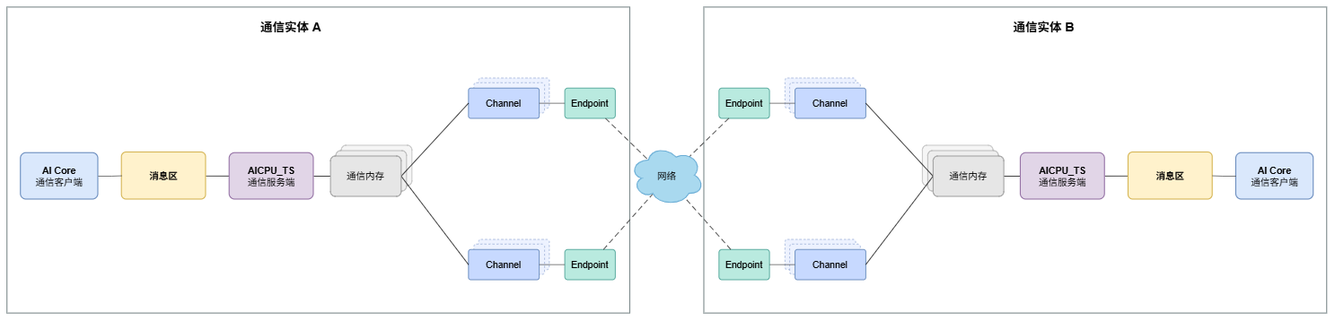
Before: docs/zh/Programming-Model/figures/aicpu_proxy_communication_model.png, a diagram exported from draw.io (Atlas-Ascend-Fork/asc-comm). Source tidied: cells renumbered, new cells last; positions are measured from the earlier drawing's top-left corner, leaving out a move shared by most shapes.
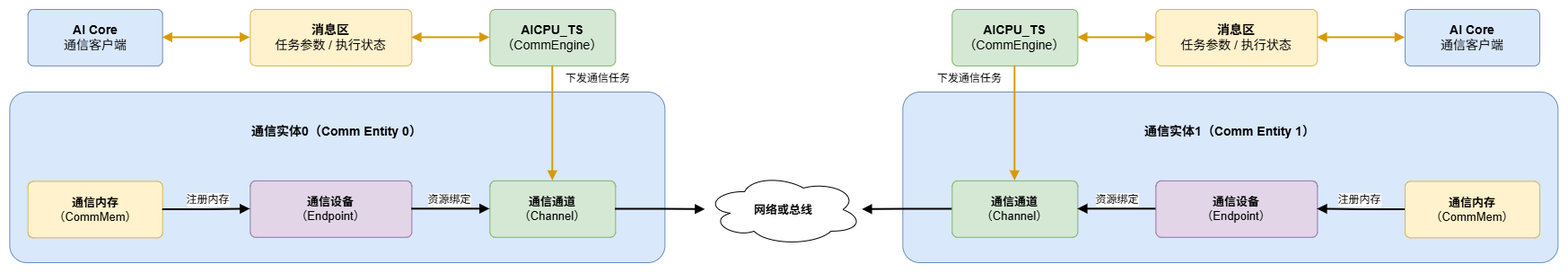
The same file after the commit.

What changed in the source:
```diff
@@ -1,163 +1,99 @@
-<mxGraphModel background="light-dark(#FFFFFF,#121212)">
+<mxGraphModel>
   <root>
     <mxCell id="0" />
     <mxCell id="1" parent="0" />
-    <mxCell id="2" style="rounded=0;whiteSpace=wrap;html=1;fillColor=#ffffff;strokeColor=#7f8c8d;strokeWidth=1.5;" parent="1" vertex="1">
-      <mxGeometry width="925" height="455" as="geometry" />
-    </mxCell>
-    <mxCell id="3" value="&lt;b&gt;通信实体 A&lt;/b&gt;" style="text;html=1;align=center;verticalAlign=middle;fontSize=18;" parent="1" vertex="1">
-      <mxGeometry x="346" y="15" width="150" height="30" as="geometry" />
-    </mxCell>
-    <mxCell id="4" value="&lt;b&gt;AI Core&lt;/b&gt;&lt;br&gt;通信客户端" style="rounded=1;arcSize=12;whiteSpace=wrap;html=1;fillColor=#dae8fc;strokeColor=#6c8ebf;strokeWidth=1.5;fontSize=14;" parent="1" vertex="1">
-      <mxGeometry x="20" y="216.5" width="115" height="69" as="geometry" />
-    </mxCell>
-    <mxCell id="5" style="edgeStyle=none;rounded=0;jettySize=auto;html=1;endArrow=none;endFill=0;" parent="1" edge="1" source="6" target="8">
-      <mxGeometry relative="1" as="geometry" />
-    </mxCell>
-    <mxCell id="6" value="&lt;b&gt;消息区&lt;/b&gt;" style="rounded=1;arcSize=10;whiteSpace=wrap;html=1;fillColor=#fff2cc;strokeColor=#d6b656;strokeWidth=1.5;fontSize=14;" parent="1" vertex="1">
-      <mxGeometry x="170" y="215.5" width="125" height="70" as="geometry" />
-    </mxCell>
-    <mxCell id="7" style="edgeStyle=none;rounded=0;jettySize=auto;html=1;exitX=1;exitY=0.5;exitDx=0;exitDy=0;endArrow=none;endFill=0;" parent="1" edge="1" source="8">
-      <mxGeometry relative="1" as="geometry">
-        <mxPoint x="480" y="251" as="targetPoint" />
-      </mxGeometry>
-    </mxCell>
-    <mxCell id="8" value="&lt;b&gt;AICPU_TS&lt;/b&gt;&lt;br&gt;通信服务端" style="rounded=1;arcSize=12;whiteSpace=wrap;html=1;fillColor=#e1d5e7;strokeColor=#9673a6;strokeWidth=1.5;fontSize=14;" parent="1" vertex="1">
-      <mxGeometry x="330" y="216.5" width="125" height="69" as="geometry" />
-    </mxCell>
-    <mxCell id="9" style="rounded=1;arcSize=8;whiteSpace=wrap;html=1;fillColor=#edf2ff;strokeColor=#9aaed6;dashed=1;" parent="1" vertex="1">
-      <mxGeometry x="700" y="105" width="105" height="45" as="geometry" />
-    </mxCell>
-    <mxCell id="10" style="rounded=1;arcSize=8;whiteSpace=wrap;html=1;fillColor=#edf2ff;strokeColor=#9aaed6;dashed=1;" parent="1" vertex="1">
-      <mxGeometry x="693" y="112" width="105" height="45" as="geometry" />
-    </mxCell>
-    <mxCell id="11" value="Channel" style="rounded=1;arcSize=8;whiteSpace=wrap;html=1;fillColor=#c7d9ff;strokeColor=#6c8ebf;strokeWidth=1.3;fontSize=14;" parent="1" vertex="1">
-      <mxGeometry x="685" y="120" width="105" height="45" as="geometry" />
-    </mxCell>
-    <mxCell id="12" value="Endpoint" style="rounded=1;arcSize=10;whiteSpace=wrap;html=1;fillColor=#b9eadf;strokeColor=#56a99d;strokeWidth=1.3;fontSize=14;" parent="1" vertex="1">
-      <mxGeometry x="828" y="120" width="75" height="45" as="geometry" />
-    </mxCell>
-    <mxCell id="13" style="rounded=1;arcSize=8;whiteSpace=wrap;html=1;fillColor=#edf2ff;strokeColor=#9aaed6;dashed=1;" parent="1" vertex="1">
-      <mxGeometry x="700" y="345" width="105" height="45" as="geometry" />
-    </mxCell>
-    <mxCell id="14" style="rounded=1;arcSize=8;whiteSpace=wrap;html=1;fillColor=#edf2ff;strokeColor=#9aaed6;dashed=1;" parent="1" vertex="1">
-      <mxGeometry x="693" y="352" width="105" height="45" as="geometry" />
-    </mxCell>
-    <mxCell id="15" value="Channel" style="rounded=1;arcSize=8;whiteSpace=wrap;html=1;fillColor=#c7d9ff;strokeColor=#6c8ebf;strokeWidth=1.3;fontSize=14;" parent="1" vertex="1">
-      <mxGeometry x="685" y="360" width="105" height="45" as="geometry" />
-    </mxCell>
-    <mxCell id="16" value="Endpoint" style="rounded=1;arcSize=10;whiteSpace=wrap;html=1;fillColor=#b9eadf;strokeColor=#56a99d;strokeWidth=1.3;fontSize=14;" parent="1" vertex="1">
-      <mxGeometry x="828" y="360" width="75" height="45" as="geometry" />
-    </mxCell>
-    <mxCell id="17" style="rounded=1;arcSize=12;whiteSpace=wrap;html=1;fillColor=#f5f5f5;strokeColor=#b3b3b3;" parent="1" vertex="1">
-      <mxGeometry x="496" y="205" width="105" height="60" as="geometry" />
-    </mxCell>
-    <mxCell id="18" style="rounded=1;arcSize=12;whiteSpace=wrap;html=1;fillColor=#eeeeee;strokeColor=#a6a6a6;" parent="1" vertex="1">
-      <mxGeometry x="488" y="213" width="105" height="60" as="geometry" />
-    </mxCell>
-    <mxCell id="19" style="rounded=0;jettySize=auto;html=1;exitX=1;exitY=0.5;exitDx=0;exitDy=0;entryX=0;entryY=0.5;entryDx=0;entryDy=0;endArrow=none;endFill=0;" parent="1" edge="1" source="21" target="11">
-      <mxGeometry relative="1" as="geometry" />
-    </mxCell>
-    <mxCell id="20" style="edgeStyle=none;rounded=0;jettySize=auto;html=1;exitX=1;exitY=0.5;exitDx=0;exitDy=0;entryX=0;entryY=0.5;entryDx=0;entryDy=0;endArrow=none;endFill=0;" parent="1" edge="1" source="21" target="15">
-      <mxGeometry relative="1" as="geometry" />
-    </mxCell>
-    <mxCell id="21" value="通信内存" style="rounded=1;arcSize=12;whiteSpace=wrap;html=1;fillColor=#e6e6e6;strokeColor=#999999;strokeWidth=1.3;fontSize=14;" parent="1" vertex="1">
-      <mxGeometry x="480" y="221" width="105" height="60" as="geometry" />
-    </mxCell>
-    <mxCell id="22" style="edgeStyle=orthogonalEdgeStyle;rounded=0;jettySize=auto;html=1;endArrow=none;endFill=0;strokeColor=#4d4d4d;fontSize=12;" parent="1" edge="1" source="4" target="6">
-      <mxGeometry x="-0.05" y="-19" relative="1" as="geometry" />
-    </mxCell>
-    <mxCell id="23" style="edgeStyle=orthogonalEdgeStyle;rounded=0;html=1;endArrow=none;strokeColor=#4d4d4d;" parent="1" edge="1" source="11" target="12">
-      <mxGeometry relative="1" as="geometry" />
-    </mxCell>
-    <mxCell id="24" style="edgeStyle=orthogonalEdgeStyle;rounded=0;html=1;endArrow=none;strokeColor=#4d4d4d;" parent="1" edge="1" source="15" target="16">
-      <mxGeometry relative="1" as="geometry" />
-    </mxCell>
-    <mxCell id="25" style="edgeStyle=none;rounded=0;html=1;endArrow=none;dashed=1;dashPattern=6 4;strokeColor=#4d4d4d;strokeWidth=1.3;entryX=0.25;entryY=0.25;entryDx=0;entryDy=0;entryPerimeter=0;" parent="1" edge="1" source="12" target="52">
-      <mxGeometry relative="1" as="geometry" />
-    </mxCell>
-    <mxCell id="26" style="edgeStyle=none;rounded=0;html=1;endArrow=none;dashed=1;dashPattern=6 4;strokeColor=#4d4d4d;strokeWidth=1.3;entryX=0.31;entryY=0.8;entryDx=0;entryDy=0;entryPerimeter=0;" parent="1" edge="1" source="16" target="52">
-      <mxGeometry relative="1" as="geometry" />
-    </mxCell>
-    <mxCell id="27" style="rounded=0;whiteSpace=wrap;html=1;fillColor=#ffffff;strokeColor=#7f8c8d;strokeWidth=1.5;" parent="1" vertex="1">
-      <mxGeometry x="1035" width="925" height="455" as="geometry" />
-    </mxCell>
-    <mxCell id="28" value="&lt;b&gt;通信实体 B&lt;/b&gt;" style="text;html=1;align=center;verticalAlign=middle;fontSize=18;" parent="1" vertex="1">
-      <mxGeometry x="1464" y="15" width="150" height="30" as="geometry" />
-    </mxCell>
-    <mxCell id="29" value="&lt;b&gt;AI Core&lt;/b&gt;&lt;br&gt;通信客户端" style="rounded=1;arcSize=12;whiteSpace=wrap;html=1;fillColor=#dae8fc;strokeColor=#6c8ebf;strokeWidth=1.5;fontSize=14;" parent="1" vertex="1">
-      <mxGeometry x="1825" y="216.5" width="115" height="69" as="geometry" />
-    </mxCell>
-    <mxCell id="30" style="edgeStyle=none;rounded=0;jettySize=auto;html=1;endArrow=none;endFill=0;" parent="1" edge="1" source="31" target="33">
-      <mxGeometry relative="1" as="geometry" />
-    </mxCell>
-    <mxCell id="31" value="&lt;b&gt;消息区&lt;/b&gt;" style="rounded=1;arcSize=10;whiteSpace=wrap;html=1;fillColor=#fff2cc;strokeColor=#d6b656;strokeWidth=1.5;fontSize=14;" parent="1" vertex="1">
-      <mxGeometry x="1665" y="215.5" width="125" height="70" as="geometry" />
-    </mxCell>
-    <mxCell id="32" style="edgeStyle=none;rounded=0;jettySize=auto;html=1;exitX=0;exitY=0.5;exitDx=0;exitDy=0;endArrow=none;endFill=0;" parent="1" edge="1" source="33">
-      <mxGeometry relative="1" as="geometry">
-        <mxPoint x="1480" y="251" as="targetPoint" />
-      </mxGeometry>
-    </mxCell>
-    <mxCell id="33" value="&lt;b&gt;AICPU_TS&lt;/b&gt;&lt;br&gt;通信服务端" style="rounded=1;arcSize=12;whiteSpace=wrap;html=1;fillColor=#e1d5e7;strokeColor=#9673a6;strokeWidth=1.5;fontSize=14;" parent="1" vertex="1">
-      <mxGeometry x="1505" y="216.5" width="125" height="69" as="geometry" />
-    </mxCell>
-    <mxCell id="34" style="rounded=1;arcSize=8;whiteSpace=wrap;html=1;fillColor=#edf2ff;strokeColor=#9aaed6;dashed=1;" parent="1" vertex="1">
-      <mxGeometry x="1155" y="105" width="105" height="45" as="geometry" />
-    </mxCell>
-    <mxCell id="35" style="rounded=1;arcSize=8;whiteSpace=wrap;html=1;fillColor=#edf2ff;strokeColor=#9aaed6;dashed=1;" parent="1" vertex="1">
-      <mxGeometry x="1162" y="112" width="105" height="45" as="geometry" />
-    </mxCell>
-    <mxCell id="36" value="Channel" style="rounded=1;arcSize=8;whiteSpace=wrap;html=1;fillColor=#c7d9ff;strokeColor=#6c8ebf;strokeWidth=1.3;fontSize=14;" parent="1" vertex="1">
-      <mxGeometry x="1170" y="120" width="105" height="45" as="geometry" />
-    </mxCell>
-    <mxCell id="37" value="Endpoint" style="rounded=1;arcSize=10;whiteSpace=wrap;html=1;fillColor=#b9eadf;strokeColor=#56a99d;strokeWidth=1.3;fontSize=14;" parent="1" vertex="1">
-      <mxGeometry x="1057" y="120" width="75" height="45" as="geometry" />
-    </mxCell>
-    <mxCell id="38" style="rounded=1;arcSize=8;whiteSpace=wrap;html=1;fillColor=#edf2ff;strokeColor=#9aaed6;dashed=1;" parent="1" vertex="1">
-      <mxGeometry x="1155" y="345" width="105" height="45" as="geometry" />
-    </mxCell>
-    <mxCell id="39" style="rounded=1;arcSize=8;whiteSpace=wrap;html=1;fillColor=#edf2ff;strokeColor=#9aaed6;dashed=1;" parent="1" vertex="1">
-      <mxGeometry x="1162" y="352" width="105" height="45" as="geometry" />
-    </mxCell>
-    <mxCell id="40" value="Channel" style="rounded=1;arcSize=8;whiteSpace=wrap;html=1;fillColor=#c7d9ff;strokeColor=#6c8ebf;strokeWidth=1.3;fontSize=14;" parent="1" vertex="1">
-      <mxGeometry x="1170" y="360" width="105" height="45" as="geometry" />
-    </mxCell>
-    <mxCell id="41" value="Endpoint" style="rounded=1;arcSize=10;whiteSpace=wrap;html=1;fillColor=#b9eadf;strokeColor=#56a99d;strokeWidth=1.3;fontSize=14;" parent="1" vertex="1">
-      <mxGeometry x="1057" y="360" width="75" height="45" as="geometry" />
-    </mxCell>
-    <mxCell id="42" style="rounded=1;arcSize=12;whiteSpace=wrap;html=1;fillColor=#f5f5f5;strokeColor=#b3b3b3;" parent="1" vertex="1">
-      <mxGeometry x="1359" y="205" width="105" height="60" as="geometry" />
-    </mxCell>
-    <mxCell id="43" style="rounded=1;arcSize=12;whiteSpace=wrap;html=1;fillColor=#eeeeee;strokeColor=#a6a6a6;" parent="1" vertex="1">
-      <mxGeometry x="1367" y="213" width="105" height="60" as="geometry" />
-    </mxCell>
-    <mxCell id="44" style="rounded=0;jettySize=auto;html=1;exitX=0;exitY=0.5;exitDx=0;exitDy=0;entryX=1;entryY=0.5;entryDx=0;entryDy=0;endArrow=none;endFill=0;" parent="1" edge="1" source="46" target="36">
-      <mxGeometry relative="1" as="geometry" />
-    </mxCell>
-    <mxCell id="45" style="edgeStyle=none;rounded=0;jettySize=auto;html=1;exitX=0;exitY=0.5;exitDx=0;exitDy=0;entryX=1;entryY=0.5;entryDx=0;entryDy=0;endArrow=none;endFill=0;" parent="1" edge="1" source="46" target="40">
-      <mxGeometry relative="1" as="geometry" />
-    </mxCell>
-    <mxCell id="46" value="通信内存" style="rounded=1;arcSize=12;whiteSpace=wrap;html=1;fillColor=#e6e6e6;strokeColor=#999999;strokeWidth=1.3;fontSize=14;" parent="1" vertex="1">
-      <mxGeometry x="1375" y="221" width="105" height="60" as="geometry" />
-    </mxCell>
-    <mxCell id="47" style="edgeStyle=orthogonalEdgeStyle;rounded=0;jettySize=auto;html=1;endArrow=none;endFill=0;strokeColor=#4d4d4d;fontSize=12;" parent="1" edge="1" source="29" target="31">
-      <mxGeometry x="-0.05" y="-19" relative="1" as="geometry" />
-    </mxCell>
-    <mxCell id="48" style="edgeStyle=orthogonalEdgeStyle;rounded=0;html=1;endArrow=none;strokeColor=#4d4d4d;" parent="1" edge="1" source="36" target="37">
-      <mxGeometry relative="1" as="geometry" />
-    </mxCell>
-    <mxCell id="49" style="edgeStyle=orthogonalEdgeStyle;rounded=0;html=1;endArrow=none;strokeColor=#4d4d4d;" parent="1" edge="1" source="40" target="41">
-      <mxGeometry relative="1" as="geometry" />
-    </mxCell>
-    <mxCell id="50" style="edgeStyle=none;rounded=0;html=1;endArrow=none;dashed=1;dashPattern=6 4;strokeColor=#4d4d4d;strokeWidth=1.3;entryX=0.75;entryY=0.25;entryDx=0;entryDy=0;entryPerimeter=0;" parent="1" edge="1" source="37" target="52">
-      <mxGeometry relative="1" as="geometry" />
-    </mxCell>
-    <mxCell id="51" style="edgeStyle=none;rounded=0;html=1;endArrow=none;dashed=1;dashPattern=6 4;strokeColor=#4d4d4d;strokeWidth=1.3;entryX=0.69;entryY=0.8;entryDx=0;entryDy=0;entryPerimeter=0;" parent="1" edge="1" source="41" target="52">
-      <mxGeometry relative="1" as="geometry" />
-    </mxCell>
-    <mxCell id="52" value="网络" style="shape=cloud;whiteSpace=wrap;html=1;fillColor=#a9d9ef;strokeColor=#6baed6;strokeWidth=1.5;fontSize=14;" parent="1" vertex="1">
-      <mxGeometry x="925" y="205" width="110" height="90" as="geometry" />
-    </mxCell>
+    <mxCell id="53" style="rounded=1;whiteSpace=wrap;html=1;fillColor=#dae8fc;strokeColor=#6c8ebf;arcSize=10;" parent="1" vertex="1">
+      <mxGeometry x="944.4" y="1666" width="730" height="190" as="geometry" />
+    </mxCell>
+    <mxCell id="54" value="通信实体0（Comm Entity 0）" style="text;html=1;strokeColor=none;fillColor=none;align=center;verticalAlign=middle;whiteSpace=wrap;rounded=0;fontSize=14;fontStyle=1;" parent="1" vertex="1">
+      <mxGeometry x="1189.4" y="1697.9" width="240" height="24" as="geometry" />
+    </mxCell>
+    <mxCell id="55" value="&lt;b&gt;AI Core&lt;/b&gt;&lt;br&gt;通信客户端" style="rounded=1;whiteSpace=wrap;html=1;fillColor=#dae8fc;strokeColor=#6c8ebf;arcSize=10;fontSize=14;" parent="1" vertex="1">
+      <mxGeometry x="964.7" y="1574" width="150" height="62.9" as="geometry" />
+    </mxCell>
+    <mxCell id="56" value="&lt;b&gt;消息区&lt;/b&gt;&lt;br&gt;任务参数 / 执行状态" style="rounded=1;whiteSpace=wrap;html=1;fillColor=#fff2cc;strokeColor=#d6b656;arcSize=10;fontSize=14;" parent="1" vertex="1">
+      <mxGeometry x="1212.4" y="1574" width="180" height="62.9" as="geometry" />
+    </mxCell>
+    <mxCell id="57" value="&lt;b&gt;AICPU_TS&lt;/b&gt;&lt;br&gt;（CommEngine）" style="rounded=1;whiteSpace=wrap;html=1;fillColor=#d5e8d4;strokeColor=#82b366;arcSize=10;fontSize=14;" parent="1" vertex="1">
+      <mxGeometry x="1479.4" y="1574" width="140" height="62.9" as="geometry" />
+    </mxCell>
+    <mxCell id="58" value="下发通信任务" style="text;html=1;strokeColor=none;fillColor=none;align=center;verticalAlign=middle;whiteSpace=wrap;rounded=0;fontSize=12;" parent="1" vertex="1">
+      <mxGeometry x="1554.7" y="1636" width="90" height="30" as="geometry" />
+    </mxCell>
+    <mxCell id="59" value="&lt;b&gt;通信内存&lt;/b&gt;&lt;br&gt;（CommMem）" style="rounded=1;whiteSpace=wrap;html=1;fillColor=#fff2cc;strokeColor=#d6b656;arcSize=10;fontSize=13;" parent="1" vertex="1">
+      <mxGeometry x="964.7" y="1765.4" width="150" height="62.9" as="geometry" />
+    </mxCell>
+    <mxCell id="60" value="&lt;b&gt;通信设备&lt;/b&gt;&lt;br&gt;（Endpoint）" style="rounded=1;whiteSpace=wrap;html=1;fillColor=#e1d5e7;strokeColor=#9673a6;arcSize=10;fontSize=13;" parent="1" vertex="1">
+      <mxGeometry x="1212.4" y="1764.9" width="180" height="62.9" as="geometry" />
+    </mxCell>
+    <mxCell id="61" value="&lt;b&gt;通信通道&lt;/b&gt;&lt;br&gt;（Channel）" style="rounded=1;whiteSpace=wrap;html=1;fillColor=#d5e8d4;strokeColor=#82b366;arcSize=10;fontSize=13;" parent="1" vertex="1">
+      <mxGeometry x="1479.4" y="1764.9" width="140" height="62.9" as="geometry" />
+    </mxCell>
+    <mxCell id="62" value="&lt;b&gt;网络或总线&lt;/b&gt;" style="shape=cloud;whiteSpace=wrap;html=1;fillColor=#ffffff;strokeColor=#000000;fontSize=13;" parent="1" vertex="1">
+      <mxGeometry x="1719.4" y="1756.9" width="175" height="80" as="geometry" />
+    </mxCell>
+    <mxCell id="63" style="edgeStyle=orthogonalEdgeStyle;rounded=0;jettySize=auto;html=1;strokeWidth=2;strokeColor=#d79b00;startArrow=block;startFill=1;endArrow=block;endFill=1;" parent="1" edge="1" source="55" target="56">
+      <mxGeometry relative="1" as="geometry" />
+    </mxCell>
+    <mxCell id="64" style="edgeStyle=orthogonalEdgeStyle;rounded=0;jettySize=auto;html=1;strokeWidth=2;strokeColor=#d79b00;startArrow=block;startFill=1;endArrow=block;endFill=1;" parent="1" edge="1" source="56" target="57">
+      <mxGeometry relative="1" as="geometry" />
+    </mxCell>
+    <mxCell id="65" style="edgeStyle=orthogonalEdgeStyle;rounded=0;jettySize=auto;html=1;strokeWidth=2;strokeColor=#d79b00;endArrow=block;endFill=1;entryX=0.5;entryY=0;entryDx=0;entryDy=0;" parent="1" edge="1" source="57" target="61">
+      <mxGeometry relative="1" as="geometry" />
+    </mxCell>
+    <mxCell id="66" value="注册内存" style="edgeStyle=orthogonalEdgeStyle;rounded=0;jettySize=auto;html=1;strokeWidth=2;strokeColor=#000000;endArrow=block;endFill=1;fontSize=12;labelBackgroundColor=#ffffff;" parent="1" edge="1" source="59" target="60">
+      <mxGeometry x="0.03" y="10" relative="1" as="geometry" />
+    </mxCell>
+    <mxCell id="67" value="资源绑定" style="edgeStyle=orthogonalEdgeStyle;rounded=0;jettySize=auto;html=1;strokeWidth=2;strokeColor=#000000;endArrow=block;endFill=1;fontSize=12;labelBackgroundColor=#ffffff;" parent="1" edge="1" source="60" target="61">
+      <mxGeometry x="-0.03" y="10" relative="1" as="geometry" />
+    </mxCell>
+    <mxCell id="68" style="edgeStyle=orthogonalEdgeStyle;rounded=0;jettySize=auto;html=1;strokeWidth=2;strokeColor=#000000;endArrow=block;endFill=1;fontSize=12;labelBackgroundColor=#ffffff;" parent="1" edge="1" source="61" target="62">
+      <mxGeometry relative="1" as="geometry" />
+    </mxCell>
+    <mxCell id="69" style="rounded=1;whiteSpace=wrap;html=1;fillColor=#dae8fc;strokeColor=#6c8ebf;arcSize=10;" parent="1" vertex="1">
+      <mxGeometry x="1939.4" y="1666" width="730" height="190" as="geometry" />
+    </mxCell>
+    <mxCell id="70" value="通信实体1（Comm Entity 1）" style="text;html=1;strokeColor=none;fillColor=none;align=center;verticalAlign=middle;whiteSpace=wrap;rounded=0;fontSize=14;fontStyle=1;" parent="1" vertex="1">
+      <mxGeometry x="2184.4" y="1697.9" width="240" height="24" as="geometry" />
+    </mxCell>
+    <mxCell id="71" value="&lt;b&gt;AI Core&lt;/b&gt;&lt;br&gt;通信客户端" style="rounded=1;whiteSpace=wrap;html=1;fillColor=#dae8fc;strokeColor=#6c8ebf;arcSize=10;fontSize=14;" parent="1" vertex="1">
+      <mxGeometry x="2499" y="1574" width="150" height="62.9" as="geometry" />
+    </mxCell>
+    <mxCell id="72" value="&lt;b&gt;消息区&lt;/b&gt;&lt;br&gt;任务参数 / 执行状态" style="rounded=1;whiteSpace=wrap;html=1;fillColor=#fff2cc;strokeColor=#d6b656;arcSize=10;fontSize=14;" parent="1" vertex="1">
+      <mxGeometry x="2221.4" y="1574" width="180" height="62.9" as="geometry" />
+    </mxCell>
+    <mxCell id="73" value="&lt;b&gt;AICPU_TS&lt;/b&gt;&lt;br&gt;（CommEngine）" style="rounded=1;whiteSpace=wrap;html=1;fillColor=#d5e8d4;strokeColor=#82b366;arcSize=10;fontSize=14;" parent="1" vertex="1">
+      <mxGeometry x="1994.4" y="1574" width="140" height="62.9" as="geometry" />
+    </mxCell>
+    <mxCell id="74" value="下发通信任务" style="text;html=1;strokeColor=none;fillColor=none;align=center;verticalAlign=middle;whiteSpace=wrap;rounded=0;fontSize=12;" parent="1" vertex="1">
+      <mxGeometry x="1969" y="1636" width="90" height="30" as="geometry" />
+    </mxCell>
+    <mxCell id="75" value="&lt;b&gt;通信内存&lt;/b&gt;&lt;br&gt;（CommMem）" style="rounded=1;whiteSpace=wrap;html=1;fillColor=#fff2cc;strokeColor=#d6b656;arcSize=10;fontSize=13;" parent="1" vertex="1">
+      <mxGeometry x="2499" y="1765.4" width="150" height="62.9" as="geometry" />
+    </mxCell>
+    <mxCell id="76" value="&lt;b&gt;通信设备&lt;/b&gt;&lt;br&gt;（Endpoint）" style="rounded=1;whiteSpace=wrap;html=1;fillColor=#e1d5e7;strokeColor=#9673a6;arcSize=10;fontSize=13;" parent="1" vertex="1">
+      <mxGeometry x="2221.4" y="1764.9" width="180" height="62.9" as="geometry" />
+    </mxCell>
+    <mxCell id="77" value="&lt;b&gt;通信通道&lt;/b&gt;&lt;br&gt;（Channel）" style="rounded=1;whiteSpace=wrap;html=1;fillColor=#d5e8d4;strokeColor=#82b366;arcSize=10;fontSize=13;" parent="1" vertex="1">
+      <mxGeometry x="1994.4" y="1764.9" width="140" height="62.9" as="geometry" />
+    </mxCell>
+    <mxCell id="78" style="edgeStyle=orthogonalEdgeStyle;rounded=0;jettySize=auto;html=1;strokeWidth=2;strokeColor=#d79b00;startArrow=block;startFill=1;endArrow=block;endFill=1;" parent="1" edge="1" source="71" target="72">
+      <mxGeometry relative="1" as="geometry" />
+    </mxCell>
+    <mxCell id="79" style="edgeStyle=orthogonalEdgeStyle;rounded=0;jettySize=auto;html=1;strokeWidth=2;strokeColor=#d79b00;startArrow=block;startFill=1;endArrow=block;endFill=1;" parent="1" edge="1" source="72" target="73">
+      <mxGeometry relative="1" as="geometry" />
+    </mxCell>
+    <mxCell id="80" style="edgeStyle=orthogonalEdgeStyle;rounded=0;jettySize=auto;html=1;strokeWidth=2;strokeColor=#d79b00;endArrow=block;endFill=1;entryX=0.5;entryY=0;entryDx=0;entryDy=0;" parent="1" edge="1" source="73" target="77">
+      <mxGeometry relative="1" as="geometry" />
+    </mxCell>
+    <mxCell id="81" value="注册内存" style="edgeStyle=orthogonalEdgeStyle;rounded=0;jettySize=auto;html=1;strokeWidth=2;strokeColor=#000000;endArrow=block;endFill=1;fontSize=12;labelBackgroundColor=#ffffff;" parent="1" edge="1" source="75" target="76">
+      <mxGeometry x="0.05" y="-10" relative="1" as="geometry" />
+    </mxCell>
+    <mxCell id="82" value="资源绑定" style="edgeStyle=orthogonalEdgeStyle;rounded=0;jettySize=auto;html=1;strokeWidth=2;strokeColor=#000000;endArrow=block;endFill=1;fontSize=12;labelBackgroundColor=#ffffff;" parent="1" edge="1" source="76" target="77">
+      <mxGeometry y="-10" relative="1" as="geometry" />
+    </mxCell>
+    <mxCell id="83" style="edgeStyle=orthogonalEdgeStyle;rounded=0;jettySize=auto;html=1;strokeWidth=2;strokeColor=#000000;endArrow=block;endFill=1;fontSize=12;labelBackgroundColor=#ffffff;" parent="1" edge="1" source="77" target="62">
+      <mxGeometry relative="1" as="geometry" />
+    </mxCell>
   </root>
 </mxGraphModel>
```
